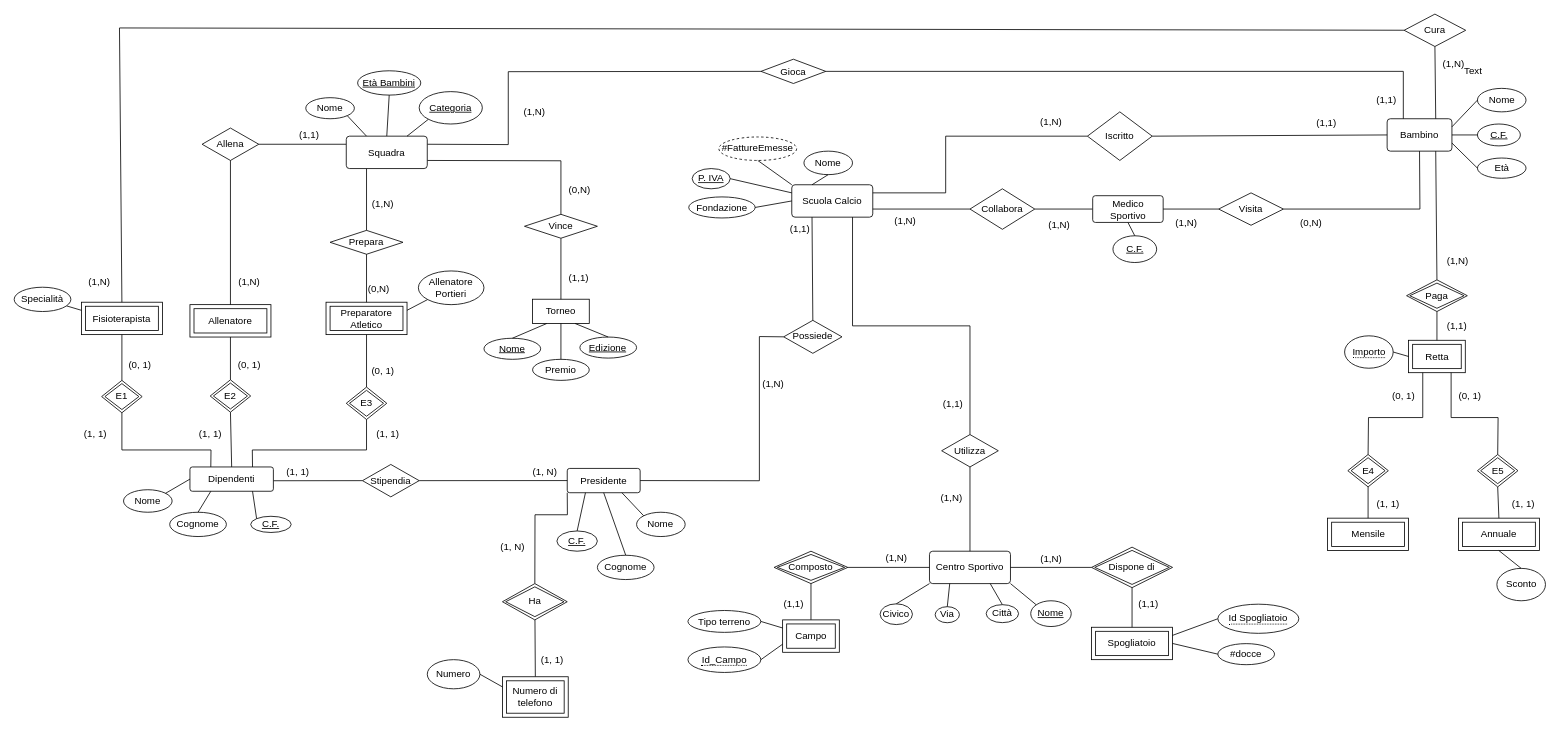
Before: modelli/EER-RISTRUTTURATO.drawio in YantCaccia/Progetto-Basi-di-Dati, a draw.io diagram. Source tidied: cells renumbered, new cells numbered last; positions are measured from the earlier drawing's top-left corner, leaving out a move shared by most shapes. Both pictures are drawn from the tidied source at 81%, with x=0, y=0 at pixel (14, 14).
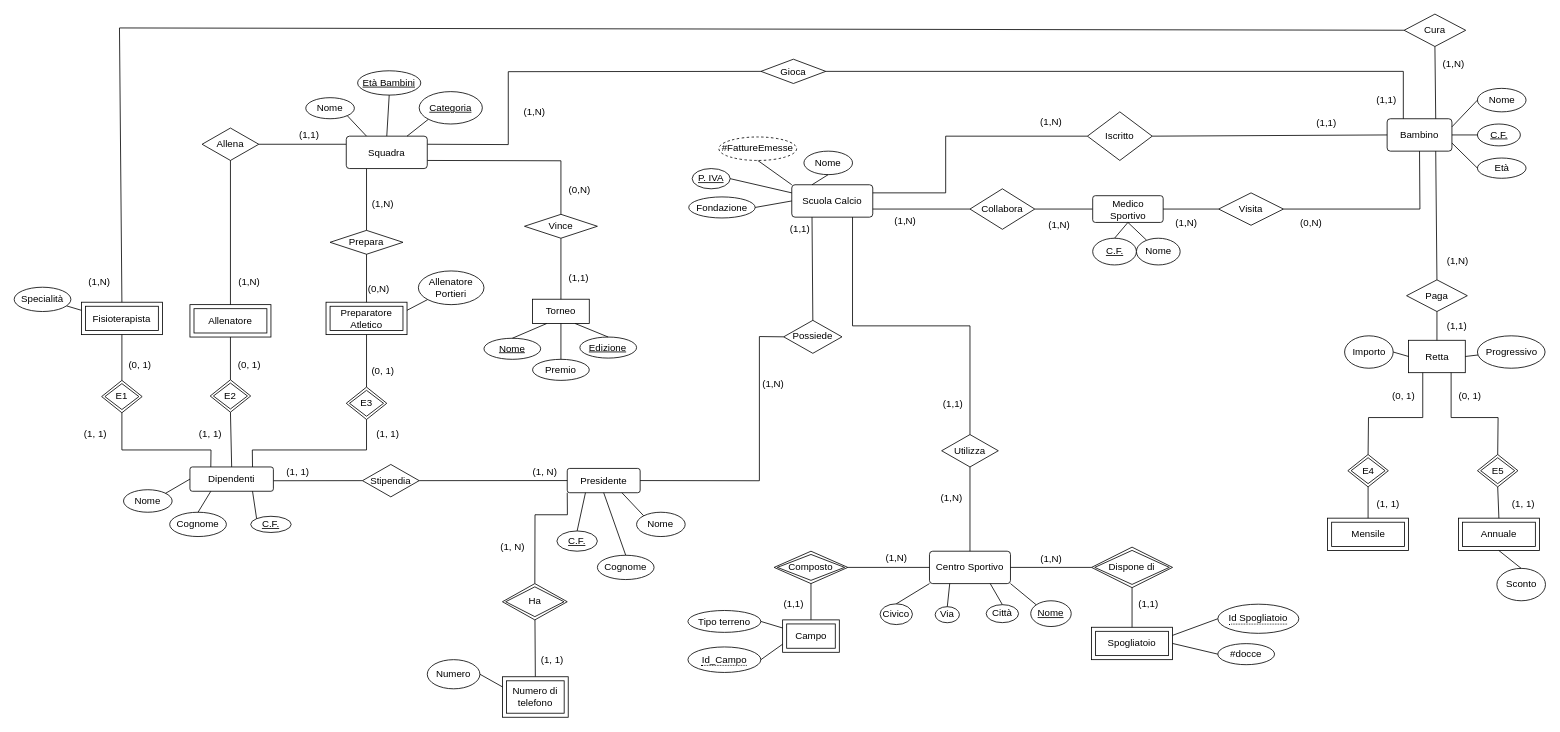
The same diagram, later.

The change refers to these unchanged cells:
```xml
<mxCell id="75" value="Medico Sportivo" style="rounded=1;arcSize=10;whiteSpace=wrap;html=1;align=center;" parent="1" vertex="1">
  <mxGeometry x="1331.5" y="224.1" width="87" height="33" as="geometry" />
</mxCell>
```

Diff of the diagram source:
```diff
@@
-    <mxCell id="6" value="Retta" style="shape=ext;margin=3;double=1;whiteSpace=wrap;html=1;align=center;" parent="1" vertex="1">
+    <mxCell id="6" value="Retta" style="shape=ext;margin=3;double=0;whiteSpace=wrap;html=1;align=center;" parent="1" vertex="1">
       <mxGeometry x="1721.5" y="402.6" width="70" height="40" as="geometry" />
     </mxCell>
-    <mxCell id="7" value="Paga" style="shape=rhombus;double=1;perimeter=rhombusPerimeter;whiteSpace=wrap;html=1;align=center;" parent="1" vertex="1">
+    <mxCell id="7" value="Paga" style="shape=rhombus;double=0;perimeter=rhombusPerimeter;whiteSpace=wrap;html=1;align=center;" parent="1" vertex="1">
       <mxGeometry x="1719" y="328" width="75" height="39.1" as="geometry" />
     </mxCell>
@@
-    <mxCell id="26" value="&lt;span style=&quot;border-bottom: 1px dotted&quot;&gt;Importo&lt;/span&gt;" style="ellipse;whiteSpace=wrap;html=1;align=center;" parent="1" vertex="1">
+    <mxCell id="26" value="Importo" style="ellipse;whiteSpace=wrap;html=1;align=center;" parent="1" vertex="1">
       <mxGeometry x="1642.5" y="397.1" width="60" height="40" as="geometry" />
     </mxCell>
@@
     <mxCell id="76" value="&lt;u&gt;C.F.&lt;/u&gt;" style="ellipse;whiteSpace=wrap;html=1;align=center;" parent="1" vertex="1">
-      <mxGeometry x="1356.5" y="273.6" width="54" height="33" as="geometry" />
+      <mxGeometry x="1331.5" y="276.6" width="54" height="33" as="geometry" />
     </mxCell>
@@
-    <mxCell id="164" value="Text" style="text;html=1;align=center;verticalAlign=middle;" parent="1" vertex="1">
-      <mxGeometry x="1781" y="60" width="40" height="20" as="geometry" />
-    </mxCell>
@@
+    <mxCell id="186" style="rounded=0;jettySize=auto;html=1;entryX=0.5;entryY=1;entryDx=0;entryDy=0;endArrow=none;endFill=0;" parent="1" edge="1" source="187" target="75">
+      <mxGeometry relative="1" as="geometry" />
+    </mxCell>
+    <mxCell id="187" value="Nome" style="ellipse;whiteSpace=wrap;html=1;align=center;" parent="1" vertex="1">
+      <mxGeometry x="1385.5" y="276.6" width="54" height="33" as="geometry" />
+    </mxCell>
+    <mxCell id="188" style="edgeStyle=none;rounded=0;jettySize=auto;html=1;entryX=1;entryY=0.5;entryDx=0;entryDy=0;endArrow=none;endFill=0;" parent="1" edge="1" source="189" target="6">
+      <mxGeometry relative="1" as="geometry" />
+    </mxCell>
+    <mxCell id="189" value="Progressivo" style="ellipse;whiteSpace=wrap;html=1;align=center;" parent="1" vertex="1">
+      <mxGeometry x="1806.5" y="397.1" width="83.5" height="40" as="geometry" />
+    </mxCell>
```
